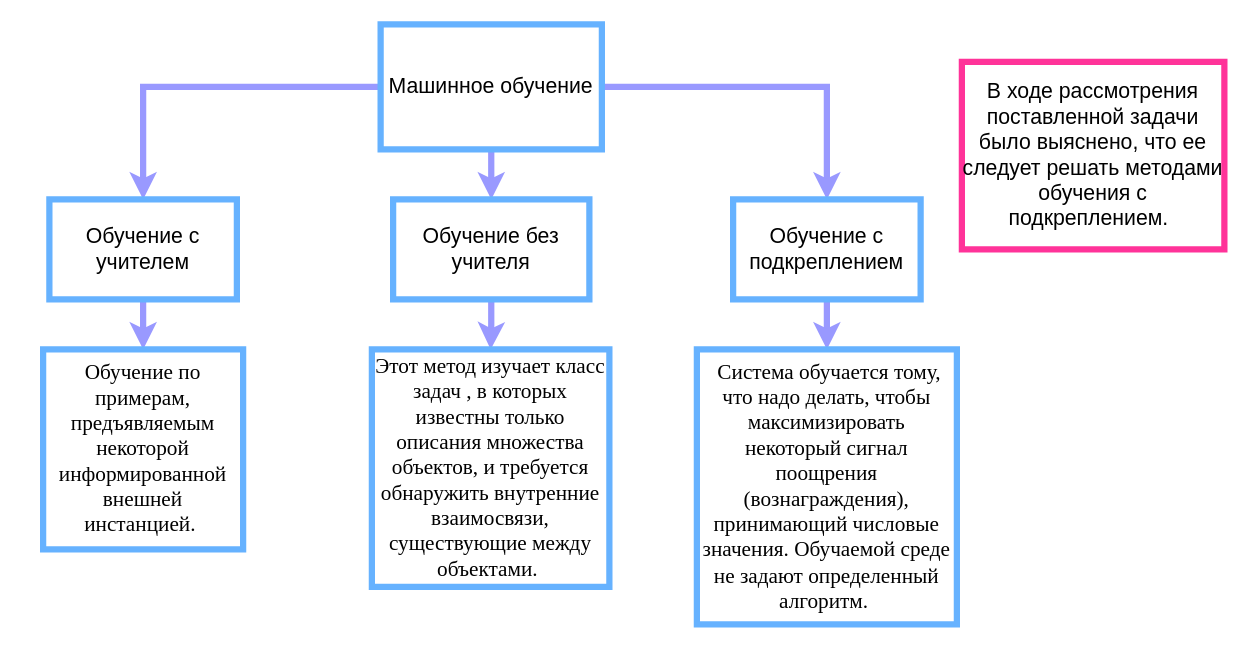
Above: маш.drawio in Armore27/learning (draw.io), before the change. Source tidied: cells renumbered, new cells numbered last; positions are measured from the earlier drawing's top-left corner, leaving out a move shared by most shapes. Both pictures are drawn from the tidied source at 125%, with x=0, y=0 at pixel (42, 24).
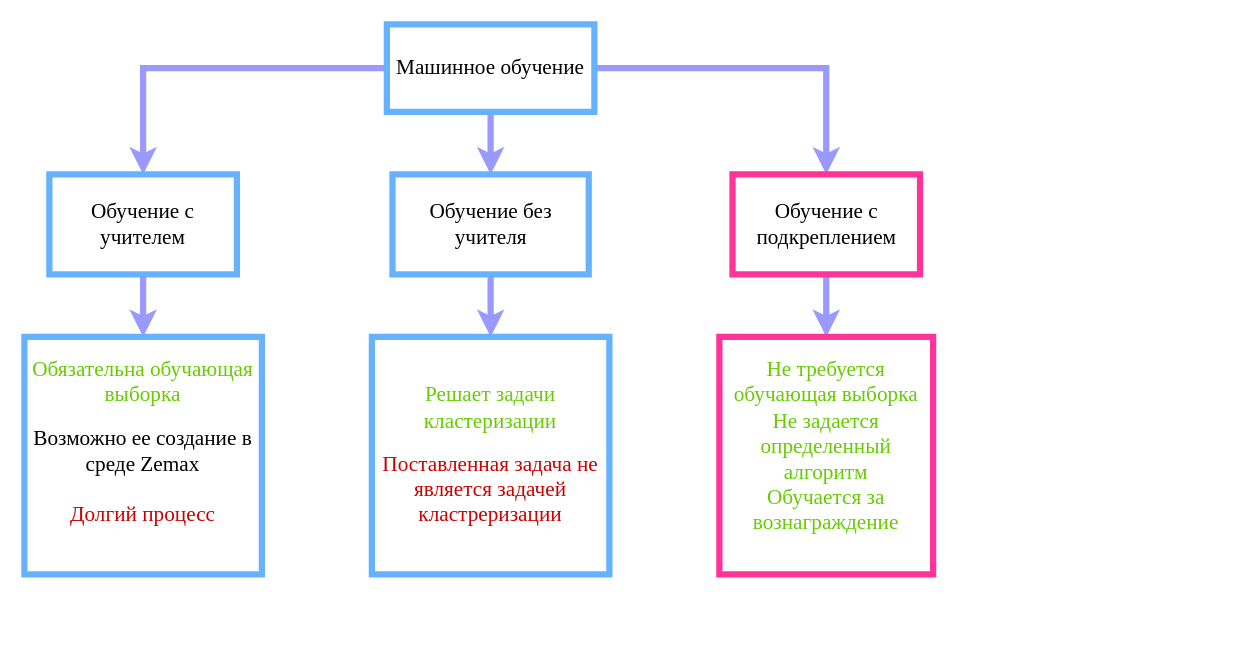
After the change.

What changed in the source:
```diff
@@
 <mxGraphModel>
   <root>
     <mxCell id="0" />
     <mxCell id="1" parent="0" />
     <mxCell id="2" style="edgeStyle=orthogonalEdgeStyle;rounded=0;jettySize=auto;html=1;entryX=0.5;entryY=0;entryDx=0;entryDy=0;strokeWidth=5;strokeColor=#9999FF;" parent="1" edge="1" source="5" target="9">
       <mxGeometry relative="1" as="geometry" />
     </mxCell>
     <mxCell id="3" style="edgeStyle=orthogonalEdgeStyle;rounded=0;jettySize=auto;html=1;entryX=0.5;entryY=0;entryDx=0;entryDy=0;strokeColor=#9999FF;strokeWidth=5;" parent="1" edge="1" source="5" target="7">
       <mxGeometry relative="1" as="geometry" />
     </mxCell>
     <mxCell id="4" style="edgeStyle=orthogonalEdgeStyle;rounded=0;jettySize=auto;html=1;entryX=0.5;entryY=0;entryDx=0;entryDy=0;strokeColor=#9999FF;strokeWidth=5;" parent="1" edge="1" source="5" target="11">
       <mxGeometry relative="1" as="geometry" />
     </mxCell>
-    <mxCell id="5" value="&lt;font style=&quot;font-size: 17px&quot;&gt;Машинное обучение&lt;/font&gt;" style="rounded=0;whiteSpace=wrap;html=1;strokeColor=#66B2FF;strokeWidth=5;" parent="1" vertex="1">
-      <mxGeometry x="270" width="177" height="100" as="geometry" />
+    <mxCell id="5" value="&lt;font style=&quot;font-size: 17px&quot; face=&quot;Times New Roman&quot;&gt;Машинное обучение&lt;/font&gt;" style="rounded=0;whiteSpace=wrap;html=1;strokeColor=#66B2FF;strokeWidth=5;" parent="1" vertex="1">
+      <mxGeometry x="275" width="166" height="70" as="geometry" />
     </mxCell>
     <mxCell id="6" style="edgeStyle=orthogonalEdgeStyle;rounded=0;jettySize=auto;html=1;strokeColor=#9999FF;strokeWidth=5;" parent="1" edge="1" source="7" target="12">
       <mxGeometry relative="1" as="geometry" />
     </mxCell>
-    <mxCell id="7" value="&lt;font style=&quot;font-size: 17px&quot;&gt;Обучение с учителем&lt;/font&gt;" style="rounded=0;whiteSpace=wrap;html=1;strokeColor=#66B2FF;strokeWidth=5;" parent="1" vertex="1">
-      <mxGeometry x="5" y="140" width="150" height="80" as="geometry" />
+    <mxCell id="7" value="&lt;font style=&quot;font-size: 17px&quot; face=&quot;Times New Roman&quot;&gt;Обучение с учителем&lt;/font&gt;" style="rounded=0;whiteSpace=wrap;html=1;strokeColor=#66B2FF;strokeWidth=5;" parent="1" vertex="1">
+      <mxGeometry x="5" y="120" width="150" height="80" as="geometry" />
     </mxCell>
     <mxCell id="8" style="edgeStyle=orthogonalEdgeStyle;rounded=0;jettySize=auto;html=1;strokeColor=#9999FF;strokeWidth=5;" parent="1" edge="1" source="9" target="13">
       <mxGeometry relative="1" as="geometry" />
     </mxCell>
-    <mxCell id="9" value="&lt;font style=&quot;font-size: 17px&quot;&gt;Обучение без учителя&lt;/font&gt;" style="rounded=0;whiteSpace=wrap;html=1;strokeColor=#66B2FF;strokeWidth=5;" parent="1" vertex="1">
-      <mxGeometry x="280" y="140" width="157" height="80" as="geometry" />
+    <mxCell id="9" value="&lt;font style=&quot;font-size: 17px&quot; face=&quot;Times New Roman&quot;&gt;Обучение без учителя&lt;/font&gt;" style="rounded=0;whiteSpace=wrap;html=1;strokeColor=#66B2FF;strokeWidth=5;" parent="1" vertex="1">
+      <mxGeometry x="279.5" y="120" width="157" height="80" as="geometry" />
     </mxCell>
     <mxCell id="10" style="edgeStyle=orthogonalEdgeStyle;rounded=0;jettySize=auto;html=1;strokeColor=#9999FF;strokeWidth=5;" parent="1" edge="1" source="11" target="14">
       <mxGeometry relative="1" as="geometry" />
     </mxCell>
-    <mxCell id="11" value="&lt;font style=&quot;font-size: 17px&quot;&gt;Обучение с подкреплением&lt;/font&gt;" style="rounded=0;whiteSpace=wrap;html=1;strokeColor=#66B2FF;strokeWidth=5;" parent="1" vertex="1">
-      <mxGeometry x="552" y="140" width="150" height="80" as="geometry" />
+    <mxCell id="11" value="&lt;font style=&quot;font-size: 17px&quot; face=&quot;Times New Roman&quot;&gt;Обучение с подкреплением&lt;/font&gt;" style="rounded=0;whiteSpace=wrap;html=1;strokeColor=#FF3399;strokeWidth=5;" parent="1" vertex="1">
+      <mxGeometry x="551.5" y="120" width="150" height="80" as="geometry" />
     </mxCell>
-    <mxCell id="12" value="&lt;span style=&quot;white-space: normal ; font-size: 17px ; font-family: &amp;#34;times new roman&amp;#34; , serif&quot;&gt;Обучение по примерам, предъявляемым некоторой информированной внешней инстанцией.&amp;nbsp;&lt;/span&gt;&lt;span style=&quot;font-size: medium ; white-space: normal&quot;&gt;&lt;/span&gt;" style="whiteSpace=wrap;html=1;strokeColor=#66B2FF;strokeWidth=5;" parent="1" vertex="1">
-      <mxGeometry y="260" width="160" height="160" as="geometry" />
+    <mxCell id="12" value="&lt;blockquote style=&quot;margin: 0 0 0 40px ; border: none ; padding: 0px&quot;&gt;&lt;/blockquote&gt;&lt;span style=&quot;font-size: 17px ; font-family: &amp;#34;times new roman&amp;#34;&quot;&gt;&lt;font color=&quot;#66cc00&quot;&gt;Обязательна обучающая выборка&lt;/font&gt;&lt;br&gt;&lt;/span&gt;&lt;br&gt;&lt;font face=&quot;Times New Roman&quot;&gt;&lt;span style=&quot;font-size: 17px&quot;&gt;&lt;div&gt;Возможно ее создание в среде Zemax&lt;/div&gt;&lt;div&gt;&lt;br&gt;&lt;/div&gt;&lt;div&gt;&lt;font color=&quot;#cc0000&quot;&gt;Долгий процесс&lt;/font&gt;&lt;/div&gt;&lt;/span&gt;&lt;/font&gt;&lt;font face=&quot;Times New Roman&quot;&gt;&lt;span style=&quot;font-size: 17px&quot;&gt;&lt;div&gt;&lt;br&gt;&lt;/div&gt;&lt;/span&gt;&lt;/font&gt;" style="whiteSpace=wrap;html=1;strokeColor=#66B2FF;strokeWidth=5;align=center;" parent="1" vertex="1">
+      <mxGeometry x="-15" y="250" width="190" height="190" as="geometry" />
     </mxCell>
-    <mxCell id="13" value="&lt;span style=&quot;white-space: normal ; font-family: &amp;#34;times new roman&amp;#34; , serif&quot;&gt;&lt;font style=&quot;font-size: 17px&quot;&gt;Этот метод изучает класс задач , в которых известны только описания множества объектов, и требуется обнаружить внутренние взаимосвязи, существующие между объектами.&amp;nbsp;&lt;/font&gt;&lt;/span&gt;&lt;span style=&quot;font-size: medium ; white-space: normal&quot;&gt;&lt;/span&gt;" style="whiteSpace=wrap;html=1;strokeColor=#66B2FF;strokeWidth=5;" parent="1" vertex="1">
-      <mxGeometry x="263" y="260" width="190" height="190" as="geometry" />
+    <mxCell id="13" value="&lt;font face=&quot;times new roman, serif&quot;&gt;&lt;font style=&quot;font-size: 17px&quot; color=&quot;#66cc00&quot;&gt;Решает задачи кластеризации&lt;/font&gt;&lt;br&gt;&lt;br&gt;&lt;span style=&quot;font-size: 17px&quot;&gt;&lt;font color=&quot;#cc0000&quot;&gt;Поставленная задача не является задачей кластреризации&lt;/font&gt;&lt;/span&gt;&lt;br&gt;&lt;/font&gt;" style="whiteSpace=wrap;html=1;strokeColor=#66B2FF;strokeWidth=5;" parent="1" vertex="1">
+      <mxGeometry x="263" y="250" width="190" height="190" as="geometry" />
     </mxCell>
-    <mxCell id="14" value="&lt;span style=&quot;white-space: normal ; font-family: &amp;#34;times new roman&amp;#34; , serif&quot;&gt;&lt;font style=&quot;font-size: 17px&quot;&gt;&amp;nbsp;Система обучается тому, что надо делать, чтобы максимизировать некоторый сигнал поощрения (вознаграждения), принимающий числовые значения. Обучаемой среде не задают определенный алгоритм.&amp;nbsp;&lt;/font&gt;&lt;/span&gt;&lt;span style=&quot;font-size: medium ; white-space: normal&quot;&gt;&lt;/span&gt;" style="rounded=0;whiteSpace=wrap;html=1;strokeColor=#66B2FF;strokeWidth=5;" parent="1" vertex="1">
-      <mxGeometry x="523" y="260" width="208" height="220" as="geometry" />
+    <mxCell id="14" value="&lt;font color=&quot;#66cc00&quot;&gt;&lt;span style=&quot;font-family: &amp;#34;times new roman&amp;#34; , serif ; font-size: 17px&quot;&gt;Не требуется обучающая выборка&lt;br&gt;Не задается определенный алгоритм&lt;/span&gt;&lt;br&gt;&lt;span style=&quot;font-family: &amp;#34;times new roman&amp;#34; , serif ; font-size: 17px&quot;&gt;Обучается за вознаграждение&lt;/span&gt;&lt;br&gt;&lt;/font&gt;&lt;div&gt;&lt;br&gt;&lt;/div&gt;&lt;font color=&quot;#66cc00&quot;&gt;&lt;span style=&quot;font-size: medium ; white-space: normal&quot;&gt;&lt;/span&gt;&lt;/font&gt;" style="rounded=0;whiteSpace=wrap;html=1;strokeColor=#FF3399;strokeWidth=5;align=center;" parent="1" vertex="1">
+      <mxGeometry x="541" y="250" width="171" height="190" as="geometry" />
     </mxCell>
-    <mxCell id="15" value="&lt;font style=&quot;font-size: 17px&quot;&gt;В ходе рассмотрения поставленной задачи было выяснено, что ее следует решать методами обучения с подкреплением.&lt;/font&gt; &amp;nbsp;" style="rounded=0;whiteSpace=wrap;html=1;strokeColor=#FF3399;strokeWidth=5;" parent="1" vertex="1">
-      <mxGeometry x="735" y="30" width="210" height="150" as="geometry" />
-    </mxCell>
   </root>
 </mxGraphModel>
```
